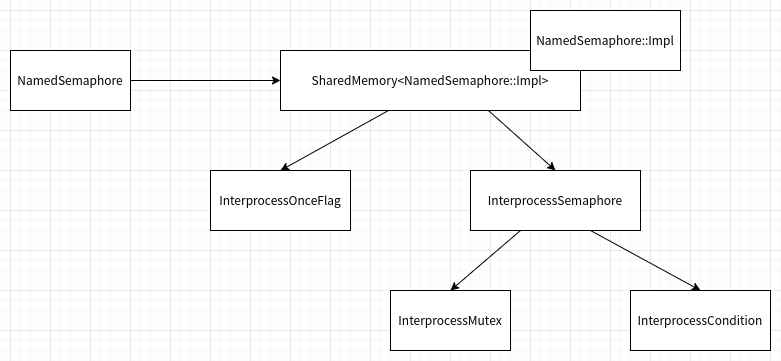
Before: code/named_semaphore/blog/named_semaphore_class.png, a diagram exported from draw.io (hexu1985/Collection.Of.Cpp.Utility.Tools). Source tidied: cells renumbered, new cells last; positions are measured from the earlier drawing's top-left corner, leaving out a move shared by most shapes.
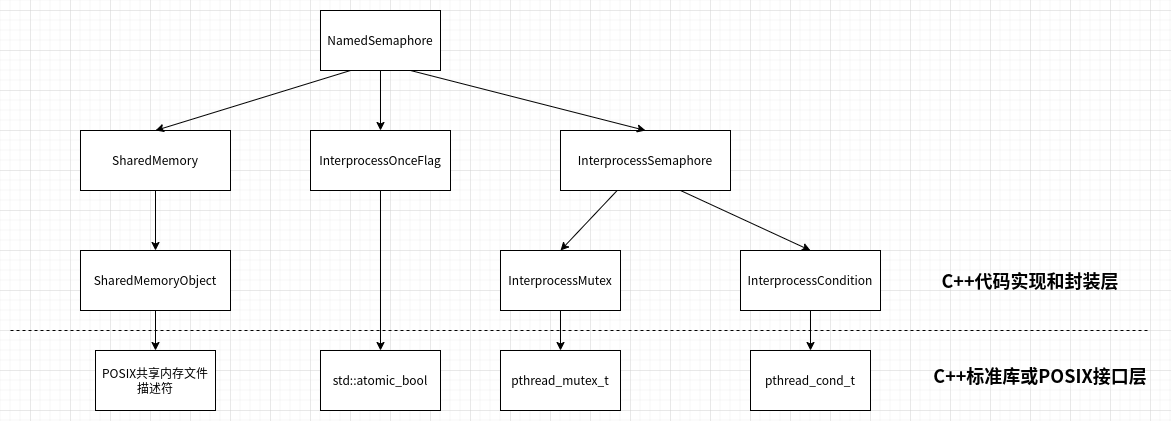
Later version of the same file.

Commit message:
update code/named_semaphore/blog

Change to the diagram source:
```diff
@@ -3,40 +3,81 @@
     <mxCell id="0" />
     <mxCell id="1" parent="0" />
     <mxCell id="2" value="NamedSemaphore" style="rounded=0;whiteSpace=wrap;html=1;" parent="1" vertex="1">
-      <mxGeometry y="40" width="120" height="60" as="geometry" />
+      <mxGeometry x="330" y="-200" width="120" height="60" as="geometry" />
     </mxCell>
-    <mxCell id="3" value="SharedMemory&amp;lt;NamedSemaphore::Impl&amp;gt;" style="rounded=0;whiteSpace=wrap;html=1;" parent="1" vertex="1">
-      <mxGeometry x="270" y="40" width="300" height="60" as="geometry" />
+    <mxCell id="3" value="SharedMemory" style="rounded=0;whiteSpace=wrap;html=1;" parent="1" vertex="1">
+      <mxGeometry x="90" y="-80" width="150" height="60" as="geometry" />
     </mxCell>
-    <mxCell id="4" value="NamedSemaphore::Impl" style="rounded=0;whiteSpace=wrap;html=1;" parent="1" vertex="1">
-      <mxGeometry x="520" width="150" height="60" as="geometry" />
-    </mxCell>
     <mxCell id="5" value="InterprocessOnceFlag" style="rounded=0;whiteSpace=wrap;html=1;" parent="1" vertex="1">
-      <mxGeometry x="200" y="160" width="140" height="60" as="geometry" />
+      <mxGeometry x="320" y="-80" width="140" height="60" as="geometry" />
     </mxCell>
     <mxCell id="6" value="InterprocessSemaphore" style="rounded=0;whiteSpace=wrap;html=1;" parent="1" vertex="1">
-      <mxGeometry x="460" y="160" width="170" height="60" as="geometry" />
+      <mxGeometry x="570" y="-80" width="170" height="60" as="geometry" />
     </mxCell>
     <mxCell id="7" value="InterprocessMutex" style="rounded=0;whiteSpace=wrap;html=1;" parent="1" vertex="1">
-      <mxGeometry x="380" y="280" width="120" height="60" as="geometry" />
+      <mxGeometry x="510" y="40" width="120" height="60" as="geometry" />
     </mxCell>
     <mxCell id="8" value="InterprocessCondition" style="rounded=0;whiteSpace=wrap;html=1;" parent="1" vertex="1">
-      <mxGeometry x="620" y="280" width="140" height="60" as="geometry" />
+      <mxGeometry x="750" y="40" width="140" height="60" as="geometry" />
     </mxCell>
-    <mxCell id="9" style="endArrow=classic;html=1;rounded=0;entryX=0;entryY=0.5;entryDx=0;entryDy=0;exitX=1;exitY=0.5;exitDx=0;exitDy=0;" parent="1" edge="1" source="2" target="3">
-      <mxGeometry relative="1" as="geometry" />
-    </mxCell>
-    <mxCell id="10" style="endArrow=classic;html=1;rounded=0;entryX=0.5;entryY=0;entryDx=0;entryDy=0;exitX=0.36;exitY=1;exitDx=0;exitDy=0;exitPerimeter=0;" parent="1" edge="1" source="3" target="5">
-      <mxGeometry relative="1" as="geometry" />
-    </mxCell>
-    <mxCell id="11" style="endArrow=classic;html=1;rounded=0;exitX=0.693;exitY=1;exitDx=0;exitDy=0;exitPerimeter=0;entryX=0.5;entryY=0;entryDx=0;entryDy=0;" parent="1" edge="1" source="3" target="6">
-      <mxGeometry relative="1" as="geometry" />
-    </mxCell>
     <mxCell id="12" style="endArrow=classic;html=1;rounded=0;entryX=0.5;entryY=0;entryDx=0;entryDy=0;" parent="1" edge="1" source="6" target="7">
       <mxGeometry relative="1" as="geometry" />
     </mxCell>
     <mxCell id="13" style="endArrow=classic;html=1;rounded=0;exitX=0.706;exitY=1;exitDx=0;exitDy=0;exitPerimeter=0;entryX=0.5;entryY=0;entryDx=0;entryDy=0;" parent="1" edge="1" source="6" target="8">
       <mxGeometry relative="1" as="geometry" />
     </mxCell>
+    <mxCell id="14" value="SharedMemoryObject" style="rounded=0;whiteSpace=wrap;html=1;" parent="1" vertex="1">
+      <mxGeometry x="90" y="40" width="150" height="60" as="geometry" />
+    </mxCell>
+    <mxCell id="15" value="std::atomic_bool" style="rounded=0;whiteSpace=wrap;html=1;" parent="1" vertex="1">
+      <mxGeometry x="330" y="140" width="120" height="60" as="geometry" />
+    </mxCell>
+    <mxCell id="16" style="endArrow=classic;html=1;rounded=0;entryX=0.5;entryY=0;entryDx=0;entryDy=0;exitX=0.5;exitY=1;exitDx=0;exitDy=0;" parent="1" edge="1" source="5" target="15">
+      <mxGeometry relative="1" as="geometry" />
+    </mxCell>
+    <mxCell id="9" style="endArrow=classic;html=1;rounded=0;entryX=0.5;entryY=0;entryDx=0;entryDy=0;exitX=0.25;exitY=1;exitDx=0;exitDy=0;" parent="1" edge="1" source="2" target="3">
+      <mxGeometry relative="1" as="geometry" />
+    </mxCell>
+    <mxCell id="17" style="endArrow=classic;html=1;rounded=0;entryX=0.5;entryY=0;entryDx=0;entryDy=0;exitX=0.5;exitY=1;exitDx=0;exitDy=0;" parent="1" edge="1" source="2" target="5">
+      <mxGeometry relative="1" as="geometry" />
+    </mxCell>
+    <mxCell id="18" style="endArrow=classic;html=1;rounded=0;entryX=0.5;entryY=0;entryDx=0;entryDy=0;exitX=0.75;exitY=1;exitDx=0;exitDy=0;" parent="1" edge="1" source="2" target="6">
+      <mxGeometry relative="1" as="geometry" />
+    </mxCell>
+    <mxCell id="19" style="endArrow=none;dashed=1;html=1;rounded=0;" parent="1" edge="1">
+      <mxGeometry relative="1" as="geometry">
+        <mxPoint x="20" y="120" as="sourcePoint" />
+        <mxPoint x="1160" y="120" as="targetPoint" />
+      </mxGeometry>
+    </mxCell>
+    <mxCell id="20" style="endArrow=classic;html=1;rounded=0;entryX=0.5;entryY=0;entryDx=0;entryDy=0;" parent="1" edge="1" source="3" target="14">
+      <mxGeometry relative="1" as="geometry" />
+    </mxCell>
+    <mxCell id="21" value="pthread_mutex_t" style="rounded=0;whiteSpace=wrap;html=1;" parent="1" vertex="1">
+      <mxGeometry x="510" y="140" width="120" height="60" as="geometry" />
+    </mxCell>
+    <mxCell id="22" style="endArrow=classic;html=1;rounded=0;entryX=0.5;entryY=0;entryDx=0;entryDy=0;" parent="1" edge="1" target="21">
+      <mxGeometry relative="1" as="geometry">
+        <mxPoint x="570" y="100" as="sourcePoint" />
+      </mxGeometry>
+    </mxCell>
+    <mxCell id="23" value="pthread_cond_t" style="rounded=0;whiteSpace=wrap;html=1;" parent="1" vertex="1">
+      <mxGeometry x="760" y="140" width="120" height="60" as="geometry" />
+    </mxCell>
+    <mxCell id="24" style="endArrow=classic;html=1;rounded=0;entryX=0.5;entryY=0;entryDx=0;entryDy=0;" parent="1" edge="1" source="8" target="23">
+      <mxGeometry relative="1" as="geometry" />
+    </mxCell>
+    <mxCell id="25" value="&lt;b&gt;&lt;font style=&quot;font-size: 18px;&quot;&gt;C++标准库或POSIX接口层&lt;/font&gt;&lt;/b&gt;" style="text;html=1;strokeColor=none;fillColor=none;align=center;verticalAlign=middle;whiteSpace=wrap;rounded=0;" parent="1" vertex="1">
+      <mxGeometry x="930" y="140" width="240" height="50" as="geometry" />
+    </mxCell>
+    <mxCell id="26" value="POSIX共享内存文件描述符" style="rounded=0;whiteSpace=wrap;html=1;" parent="1" vertex="1">
+      <mxGeometry x="105" y="140" width="120" height="60" as="geometry" />
+    </mxCell>
+    <mxCell id="27" style="endArrow=classic;html=1;rounded=0;fontSize=18;entryX=0.5;entryY=0;entryDx=0;entryDy=0;" parent="1" edge="1" source="14" target="26">
+      <mxGeometry relative="1" as="geometry" />
+    </mxCell>
+    <mxCell id="28" value="&lt;b&gt;&lt;font style=&quot;font-size: 18px;&quot;&gt;C++代码实现和封装层&lt;/font&gt;&lt;/b&gt;" style="text;html=1;strokeColor=none;fillColor=none;align=center;verticalAlign=middle;whiteSpace=wrap;rounded=0;" parent="1" vertex="1">
+      <mxGeometry x="920" y="45" width="240" height="50" as="geometry" />
+    </mxCell>
   </root>
 </mxGraphModel>
```
